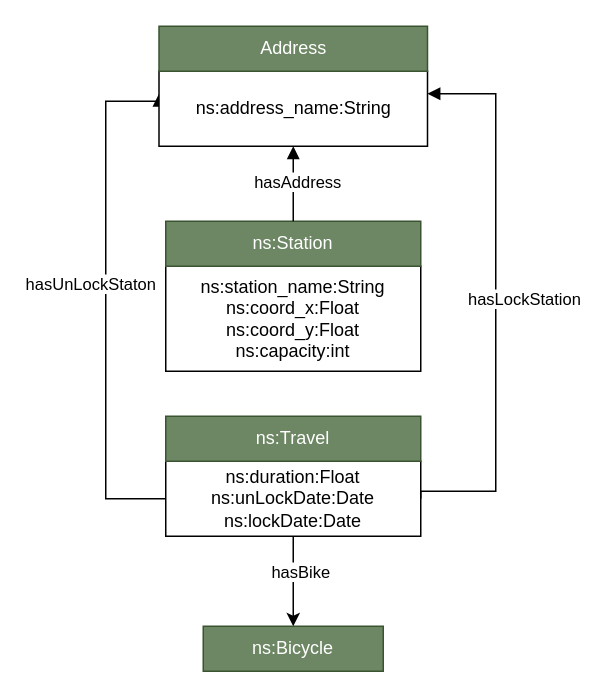
This is page "Página-2" (2 of 3) of HandsOn/Group05/ontology/ontology.drawio from FacultadInformatica-LinkedData/Curso2025-2026-ODKG, a draw.io file, before an edit. Source tidied: cells renumbered, new cells numbered last; positions are measured from the earlier drawing's top-left corner, leaving out a move shared by most shapes. Both pictures are drawn from the tidied source at 150%, with x=0, y=0 at pixel (105, 26).
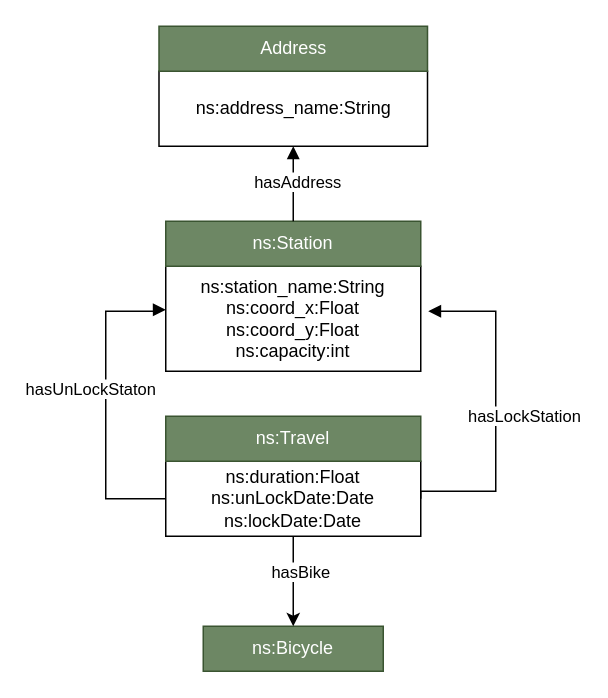
After the change.

The edit, as a diff of the source:
```diff
@@
 <mxGraphModel>
   <root>
     <mxCell id="0" />
     <mxCell id="1" parent="0" />
     <mxCell id="2" value="ns:Bicycle" style="rounded=0;whiteSpace=wrap;html=1;snapToPoint=1;points=[[0.1,0],[0.2,0],[0.3,0],[0.4,0],[0.5,0],[0.6,0],[0.7,0],[0.8,0],[0.9,0],[0,0.1],[0,0.3],[0,0.5],[0,0.7],[0,0.9],[0.1,1],[0.2,1],[0.3,1],[0.4,1],[0.5,1],[0.6,1],[0.7,1],[0.8,1],[0.9,1],[1,0.1],[1,0.3],[1,0.5],[1,0.7],[1,0.9]];fillColor=#6d8764;fontColor=#ffffff;strokeColor=#3A5431;" parent="1" vertex="1">
       <mxGeometry x="65" y="400" width="120" height="30" as="geometry" />
     </mxCell>
     <mxCell id="3" value="ns:duration:Float&lt;div&gt;ns:unLockDate:Date&lt;/div&gt;&lt;div&gt;ns:lockDate:Date&lt;/div&gt;" style="rounded=0;whiteSpace=wrap;html=1;snapToPoint=1;points=[[0.1,0],[0.2,0],[0.3,0],[0.4,0],[0.5,0],[0.6,0],[0.7,0],[0.8,0],[0.9,0],[0,0.1],[0,0.3],[0,0.5],[0,0.7],[0,0.9],[0.1,1],[0.2,1],[0.3,1],[0.4,1],[0.5,1],[0.6,1],[0.7,1],[0.8,1],[0.9,1],[1,0.1],[1,0.3],[1,0.5],[1,0.7],[1,0.9]];" parent="1" vertex="1">
       <mxGeometry x="40" y="290" width="170" height="50" as="geometry" />
     </mxCell>
     <mxCell id="4" value="ns:Travel" style="rounded=0;whiteSpace=wrap;html=1;fillColor=#6d8764;fontColor=#ffffff;strokeColor=#3A5431;" parent="1" vertex="1">
       <mxGeometry x="40" y="260" width="170" height="30" as="geometry" />
     </mxCell>
     <mxCell id="5" value="ns:station_name:String&lt;div&gt;ns:coord_x:Float&lt;/div&gt;&lt;div&gt;ns:coord_y:Float&lt;/div&gt;&lt;div&gt;ns:capacity:int&lt;/div&gt;" style="rounded=0;whiteSpace=wrap;html=1;snapToPoint=1;points=[[0.1,0],[0.2,0],[0.3,0],[0.4,0],[0.5,0],[0.6,0],[0.7,0],[0.8,0],[0.9,0],[0,0.1],[0,0.3],[0,0.5],[0,0.7],[0,0.9],[0.1,1],[0.2,1],[0.3,1],[0.4,1],[0.5,1],[0.6,1],[0.7,1],[0.8,1],[0.9,1],[1,0.1],[1,0.3],[1,0.5],[1,0.7],[1,0.9]];" parent="1" vertex="1">
       <mxGeometry x="40" y="160" width="170" height="70" as="geometry" />
     </mxCell>
     <mxCell id="6" value="ns:Station" style="rounded=0;whiteSpace=wrap;html=1;snapToPoint=1;points=[[0.1,0],[0.2,0],[0.3,0],[0.4,0],[0.5,0],[0.6,0],[0.7,0],[0.8,0],[0.9,0],[0,0.1],[0,0.3],[0,0.5],[0,0.7],[0,0.9],[0.1,1],[0.2,1],[0.3,1],[0.4,1],[0.5,1],[0.6,1],[0.7,1],[0.8,1],[0.9,1],[1,0.1],[1,0.3],[1,0.5],[1,0.7],[1,0.9]];fillColor=#6d8764;fontColor=#ffffff;strokeColor=#3A5431;" parent="1" vertex="1">
       <mxGeometry x="40" y="130" width="170" height="30" as="geometry" />
     </mxCell>
-    <mxCell id="7" value="hasUnLockStaton" style="html=1;verticalAlign=bottom;endArrow=block;rounded=0;exitX=0;exitY=0.5;exitDx=0;exitDy=0;edgeStyle=orthogonalEdgeStyle;entryX=0;entryY=0.3;entryDx=0;entryDy=0;" parent="1" edge="1" source="3" target="11">
+    <mxCell id="7" value="hasUnLockStaton" style="html=1;verticalAlign=bottom;endArrow=block;rounded=0;exitX=0;exitY=0.5;exitDx=0;exitDy=0;edgeStyle=orthogonalEdgeStyle;entryX=0;entryY=0.414;entryDx=0;entryDy=0;entryPerimeter=0;" parent="1" edge="1" source="3" target="5">
       <mxGeometry x="0.01" y="10" relative="1" as="geometry">
         <Array as="points">
           <mxPoint y="315" />
-          <mxPoint y="50" />
-          <mxPoint x="36" y="50" />
+          <mxPoint y="190" />
+          <mxPoint x="36" y="190" />
+          <mxPoint x="36" y="189" />
         </Array>
       </mxGeometry>
     </mxCell>
-    <mxCell id="8" value="hasLockStation" style="endArrow=block;endFill=1;html=1;edgeStyle=orthogonalEdgeStyle;align=left;verticalAlign=top;rounded=0;exitX=1;exitY=0.5;exitDx=0;exitDy=0;entryX=1;entryY=0.3;entryDx=0;entryDy=0;" parent="1" edge="1" source="3" target="11">
+    <mxCell id="8" value="hasLockStation" style="endArrow=block;endFill=1;html=1;edgeStyle=orthogonalEdgeStyle;align=left;verticalAlign=top;rounded=0;exitX=1;exitY=0.5;exitDx=0;exitDy=0;" parent="1" edge="1" source="3">
       <mxGeometry x="0.07" y="20" relative="1" as="geometry">
+        <mxPoint x="215" y="190" as="targetPoint" />
         <Array as="points">
           <mxPoint x="210" y="310" />
           <mxPoint x="260" y="310" />
-          <mxPoint x="260" y="45" />
+          <mxPoint x="260" y="190" />
+          <mxPoint x="215" y="190" />
         </Array>
       </mxGeometry>
     </mxCell>
     <mxCell id="9" style="endArrow=classic;startArrow=none;endFill=1;startFill=0;html=1;rounded=0;exitX=0.5;exitY=1;exitDx=0;exitDy=0;entryX=0.5;entryY=0;entryDx=0;entryDy=0;" parent="1" edge="1" source="3" target="2">
       <mxGeometry relative="1" as="geometry" />
     </mxCell>
     <mxCell id="10" value="hasBike" style="edgeLabel;html=1;align=center;verticalAlign=middle;" parent="9" vertex="1">
       <mxGeometry x="-0.25" y="4" relative="1" as="geometry" />
     </mxCell>
     <mxCell id="11" value="ns:address_name:String" style="rounded=0;whiteSpace=wrap;html=1;snapToPoint=1;points=[[0.1,0],[0.2,0],[0.3,0],[0.4,0],[0.5,0],[0.6,0],[0.7,0],[0.8,0],[0.9,0],[0,0.1],[0,0.3],[0,0.5],[0,0.7],[0,0.9],[0.1,1],[0.2,1],[0.3,1],[0.4,1],[0.5,1],[0.6,1],[0.7,1],[0.8,1],[0.9,1],[1,0.1],[1,0.3],[1,0.5],[1,0.7],[1,0.9]];" parent="1" vertex="1">
       <mxGeometry x="35.5" y="30" width="179" height="50" as="geometry" />
     </mxCell>
     <mxCell id="12" value="Address" style="rounded=0;whiteSpace=wrap;html=1;fillColor=#6d8764;fontColor=#ffffff;strokeColor=#3A5431;" parent="1" vertex="1">
       <mxGeometry x="35.5" width="179" height="30" as="geometry" />
     </mxCell>
     <mxCell id="13" style="endArrow=block;endFill=1;html=1;align=left;verticalAlign=top;rounded=0;exitX=0.5;exitY=0;exitDx=0;exitDy=0;entryX=0.5;entryY=1;entryDx=0;entryDy=0;edgeStyle=orthogonalEdgeStyle;" parent="1" edge="1" source="6" target="11">
       <mxGeometry x="-0.6" y="-85" relative="1" as="geometry" />
     </mxCell>
     <mxCell id="14" value="hasAddress" style="edgeLabel;html=1;align=center;verticalAlign=middle;" parent="13" vertex="1">
       <mxGeometry x="0.08" y="-2" relative="1" as="geometry" />
     </mxCell>
   </root>
 </mxGraphModel>
```
